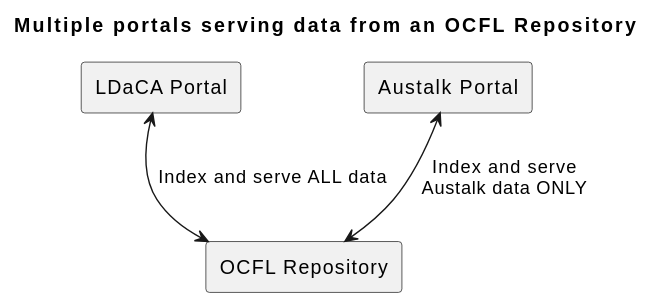
Above: diagrams/ldaca-portal-multiple.svg in Language-Research-Technology/plantuml-diagrams (PlantUML), before the change. Its diagram source:
```plantuml
@startuml
title: Multiple portals serving data from an OCFL Repository

rectangle "LDaCA Portal" as portal {

}

rectangle "Austalk Portal" as aportal {

}

rectangle "OCFL Repository" as repo {

}

portal <-down-> repo : Index and serve ALL data
aportal <-down-> repo : Index and serve\nAustalk data ONLY
@enduml
```
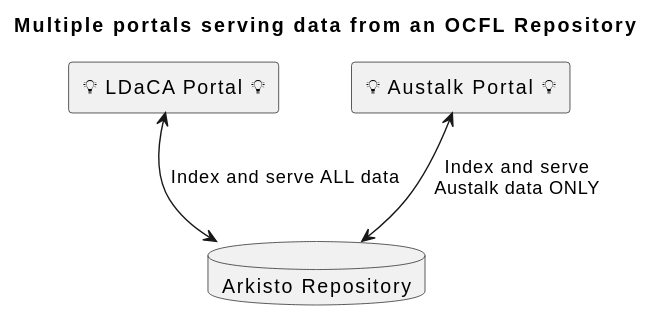
Later version of the same file.

Diff of the diagram source:
```diff
@@ -1,15 +1,15 @@
 @startuml
 title: Multiple portals serving data from an OCFL Repository
 
-rectangle "LDaCA Portal" as portal {
+rectangle "💡 LDaCA Portal 💡" as portal {
 
 }
 
-rectangle "Austalk Portal" as aportal {
+rectangle "💡 Austalk Portal 💡" as aportal {
 
 }
 
-rectangle "OCFL Repository" as repo {
+database "Arkisto Repository" as repo {
 
 }
 
```
